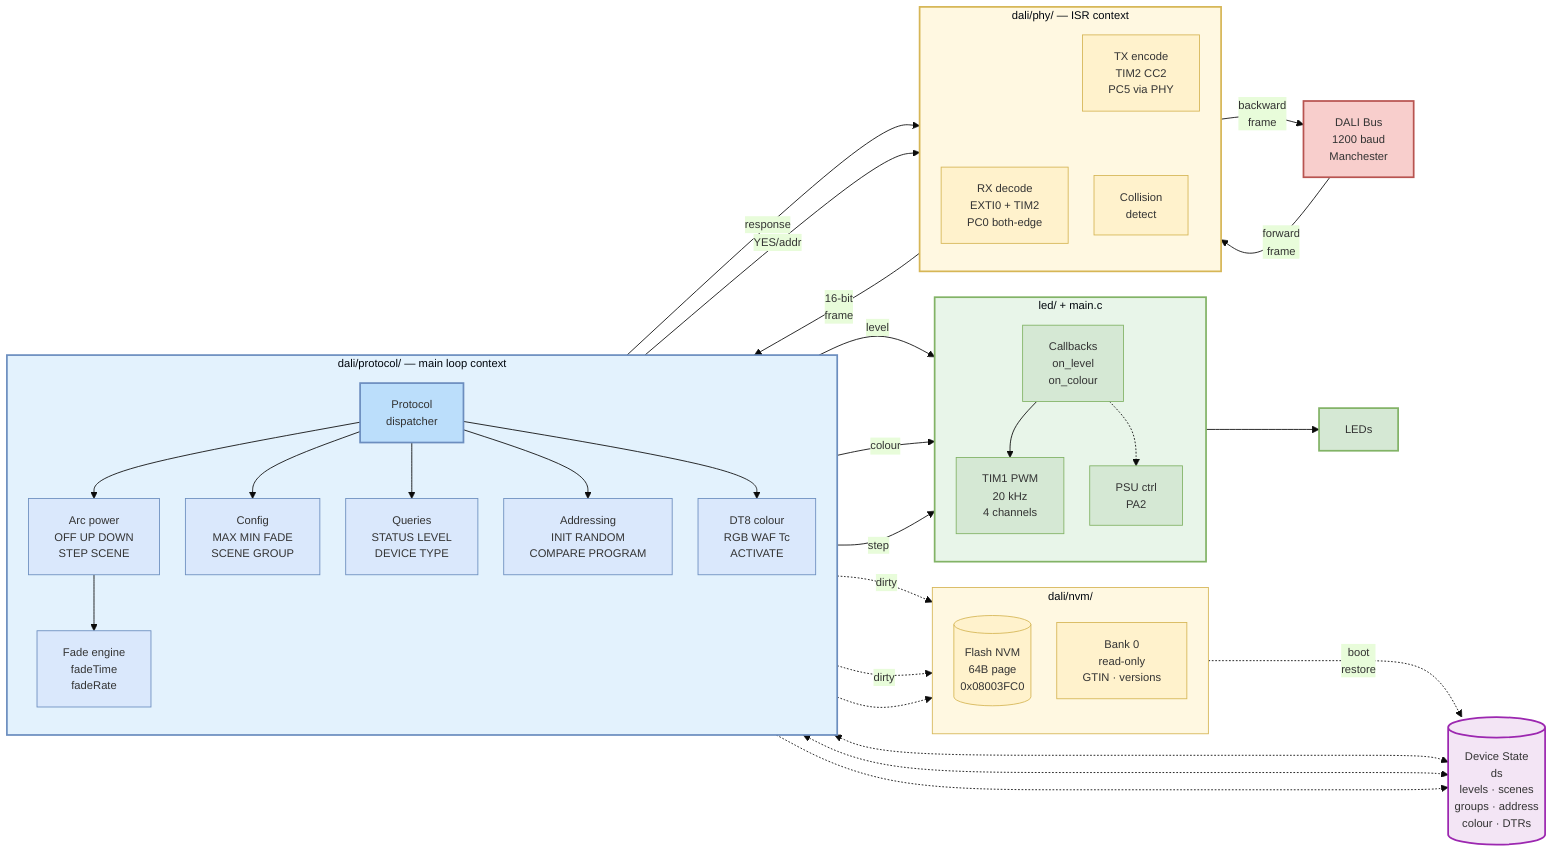
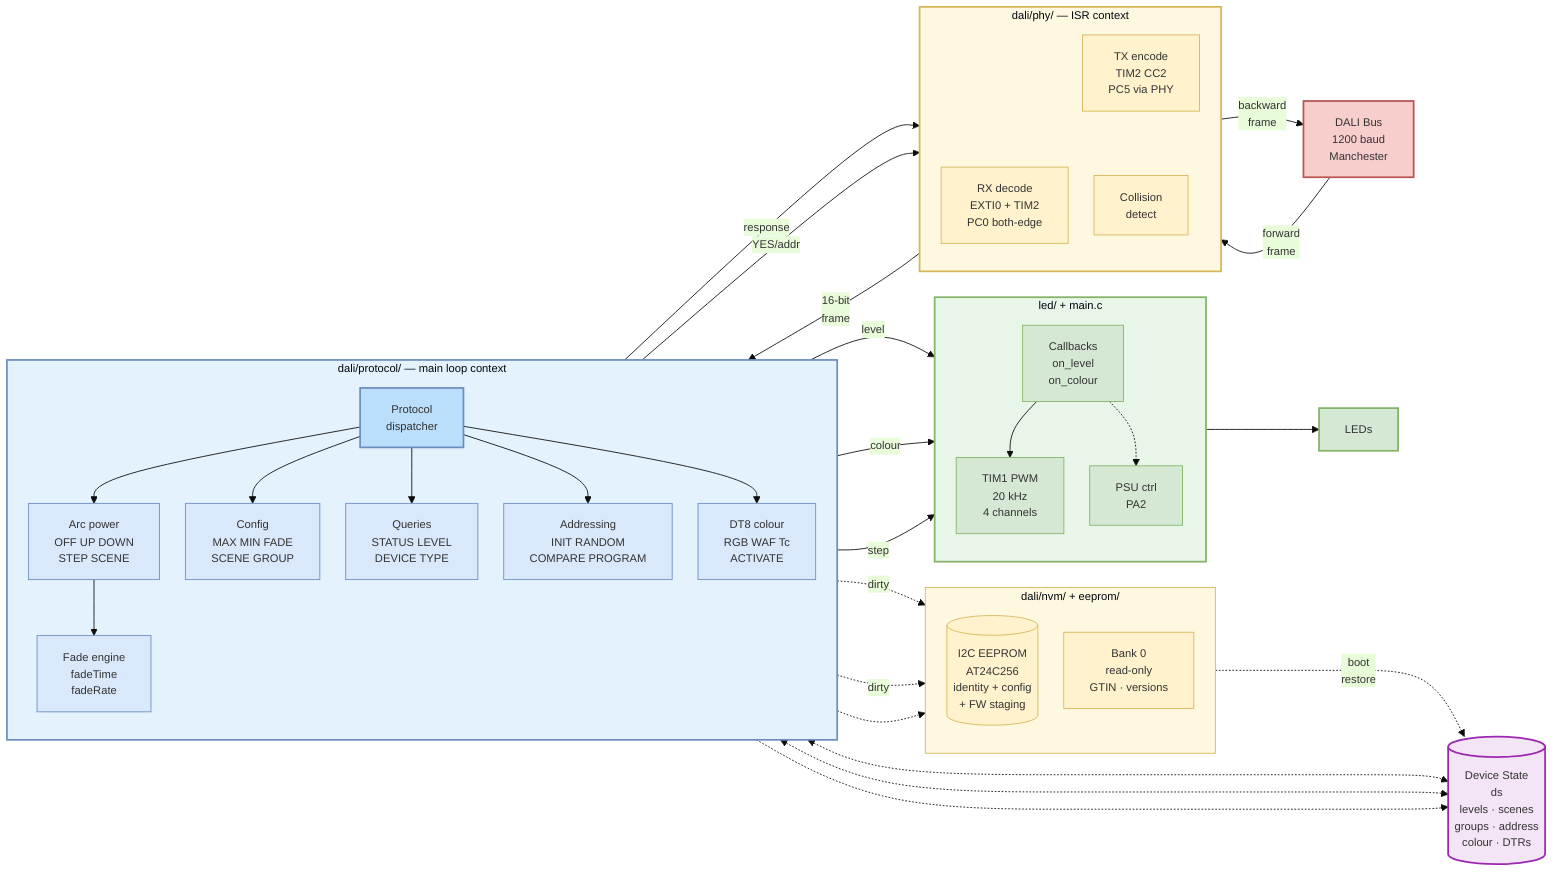
%%{init: {'theme': 'base', 'themeVariables': {'primaryColor': '#dae8fc', 'primaryBorderColor': '#6c8ebf', 'fontSize': '13px'}, 'flowchart': {'rankSpacing': 40, 'nodeSpacing': 30, 'curve': 'basis'}}}%%

flowchart LR
    %% ── External ──
    BUS["DALI Bus\n1200 baud\nManchester"]
    LEDS["LEDs"]
    style BUS fill:#f8cecc,stroke:#b85450,stroke-width:2px
    style LEDS fill:#d5e8d4,stroke:#82b366,stroke-width:2px

    %% ── PHY Layer ──
    subgraph PHY ["dali/phy/ — ISR context"]
        direction TB
        RX["RX decode\nEXTI0 + TIM2\nPC0 both-edge"]
        TX["TX encode\nTIM2 CC2\nPC5 via PHY"]
        COLL["Collision\ndetect"]
    end
    style PHY fill:#fff8e1,stroke:#d6b656,stroke-width:2px
    style RX fill:#fff2cc,stroke:#d6b656
    style TX fill:#fff2cc,stroke:#d6b656
    style COLL fill:#fff2cc,stroke:#d6b656

    %% ── Protocol Layer ──
    subgraph PROT ["dali/protocol/ — main loop context"]
        direction TB
        DISPATCH["Protocol\ndispatcher"]
        ARC["Arc power\nOFF UP DOWN\nSTEP SCENE"]
        CONFIG["Config\nMAX MIN FADE\nSCENE GROUP"]
        QUERY["Queries\nSTATUS LEVEL\nDEVICE TYPE"]
        ADDR["Addressing\nINIT RANDOM\nCOMPARE PROGRAM"]
        DT8C["DT8 colour\nRGB WAF Tc\nACTIVATE"]
        FADEE["Fade engine\nfadeTime\nfadeRate"]
    end
    style PROT fill:#e3f2fd,stroke:#6c8ebf,stroke-width:2px
    style DISPATCH fill:#bbdefb,stroke:#6c8ebf,stroke-width:2px
    style ARC fill:#dae8fc,stroke:#6c8ebf
    style CONFIG fill:#dae8fc,stroke:#6c8ebf
    style QUERY fill:#dae8fc,stroke:#6c8ebf
    style ADDR fill:#dae8fc,stroke:#6c8ebf
    style DT8C fill:#dae8fc,stroke:#6c8ebf
    style FADEE fill:#dae8fc,stroke:#6c8ebf

    %% ── Shared State ──
    STATE[("Device State\nds\nlevels · scenes\ngroups · address\ncolour · DTRs")]
    style STATE fill:#f3e5f5,stroke:#9c27b0,stroke-width:2px

    %% ── Persistence ──
-     subgraph NVM ["dali/nvm/"]
+     subgraph NVM ["dali/nvm/ + eeprom/"]
        direction TB
-         FLASH[("Flash NVM\n64B page\n0x08003FC0")]
+         EEPROM[("I2C EEPROM\nAT24C256\nidentity + config\n+ FW staging")]
        BANK0["Bank 0\nread-only\nGTIN · versions"]
    end
    style NVM fill:#fff8e1,stroke:#d6b656
-     style FLASH fill:#fff2cc,stroke:#d6b656
+     style EEPROM fill:#fff2cc,stroke:#d6b656
    style BANK0 fill:#fff2cc,stroke:#d6b656

    %% ── Output ──
    subgraph OUT ["led/ + main.c"]
        direction TB
        CB["Callbacks\non_level\non_colour"]
        PWM["TIM1 PWM\n20 kHz\n4 channels"]
        PSU["PSU ctrl\nPA2"]
    end
    style OUT fill:#e8f5e9,stroke:#82b366,stroke-width:2px
    style CB fill:#d5e8d4,stroke:#82b366
    style PWM fill:#d5e8d4,stroke:#82b366
    style PSU fill:#d5e8d4,stroke:#82b366

    %% ── Data Flow ──

    %% Bus → PHY
    BUS -- "forward\nframe" --> RX
    TX -- "backward\nframe" --> BUS
    TX ~~~ COLL

    %% PHY → Protocol
    RX -- "16-bit\nframe" --> DISPATCH

    %% Protocol dispatch
    DISPATCH --> ARC
    DISPATCH --> CONFIG
    DISPATCH --> QUERY
    DISPATCH --> ADDR
    DISPATCH --> DT8C
    ARC --> FADEE

    %% Backward frames
    QUERY -- "response" --> TX
    ADDR -- "YES/addr" --> TX

    %% State access
    DISPATCH <-..-> STATE
    FADEE <-..-> STATE
    CONFIG -..-> STATE

    %% Config → NVM
-     CONFIG -. "dirty" .-> FLASH
-     ADDR -. "dirty" .-> FLASH
-     FLASH -. "boot\nrestore" ..-> STATE
+     CONFIG -. "dirty" .-> EEPROM
+     ADDR -. "dirty" .-> EEPROM
+     EEPROM -. "boot\nrestore" ..-> STATE
    QUERY -.-> BANK0

    %% Protocol → Output
    ARC -- "level" --> CB
    DT8C -- "colour" --> CB
    FADEE -- "step" --> CB

    %% Output → Hardware
    CB --> PWM
    CB -.-> PSU
    PWM --> LEDS
